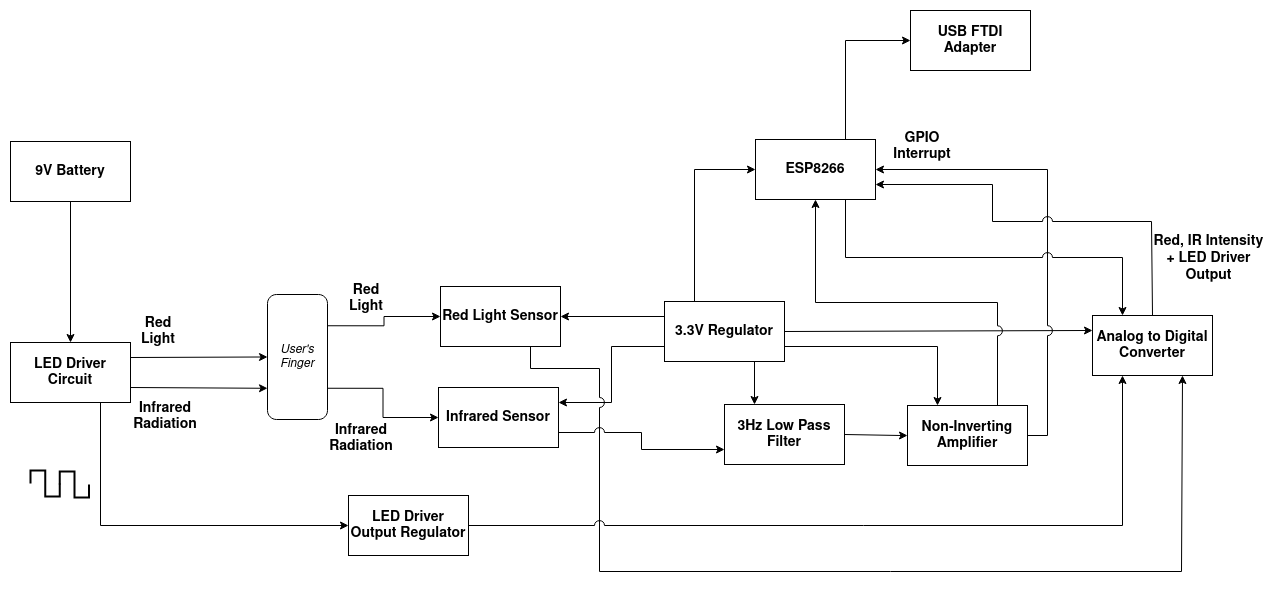
This is Wiki_Resources/BlockDiagram/BlockDiagram.png from EnriqueR0/ECNG3006_IndividualProject, a draw.io export, as it was before one commit. Source tidied: cells renumbered, new cells last; positions are measured from the earlier drawing's top-left corner, leaving out a move shared by most shapes.
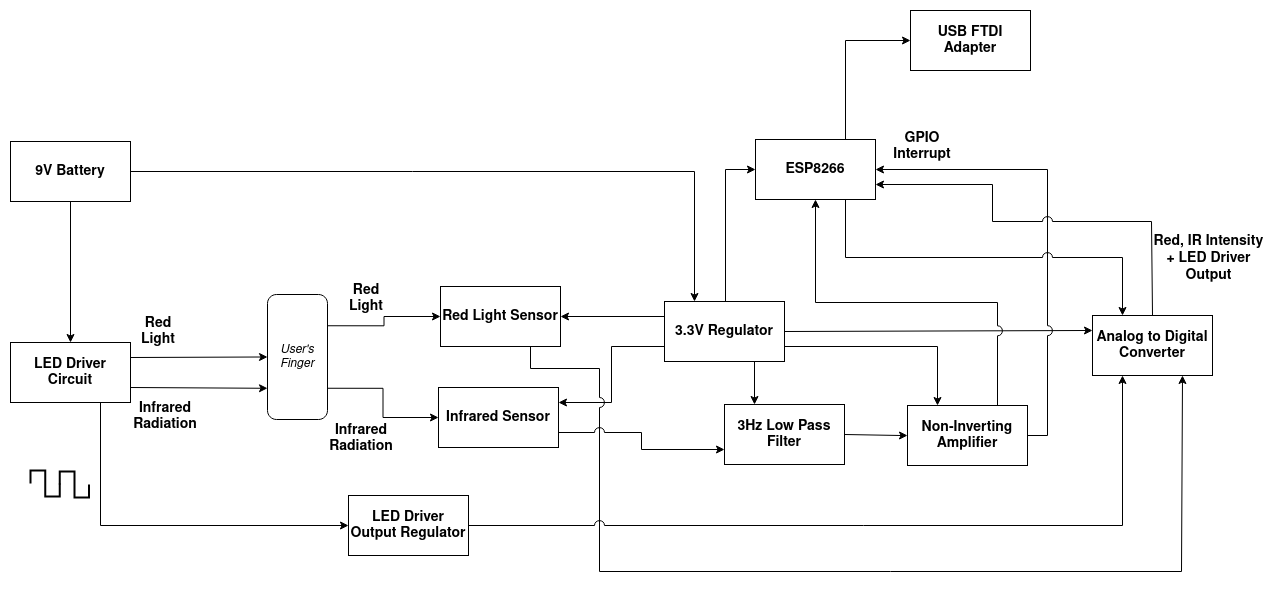
Above is the later version.

Commit message:
Fix Block DIagram

Diff of the diagram source:
```diff
@@ -5,6 +5,9 @@
     <mxCell id="2" style="edgeStyle=orthogonalEdgeStyle;rounded=0;jettySize=auto;html=1;exitX=0.5;exitY=1;exitDx=0;exitDy=0;jumpStyle=arc;jumpSize=10;fontStyle=1;fontSize=14;" parent="1" edge="1" source="3" target="17">
       <mxGeometry relative="1" as="geometry" />
     </mxCell>
+    <mxCell id="43" style="edgeStyle=orthogonalEdgeStyle;rounded=0;jettySize=auto;html=1;exitX=1;exitY=0.5;exitDx=0;exitDy=0;entryX=0.25;entryY=0;entryDx=0;entryDy=0;" parent="1" edge="1" source="3" target="10">
+      <mxGeometry relative="1" as="geometry" />
+    </mxCell>
     <mxCell id="3" value="9V Battery" style="rounded=0;whiteSpace=wrap;html=1;fontStyle=1;fontSize=14;" parent="1" vertex="1">
       <mxGeometry y="131" width="120" height="60" as="geometry" />
     </mxCell>
@@ -24,7 +27,12 @@
       <mxGeometry relative="1" as="geometry" />
     </mxCell>
     <mxCell id="9" style="edgeStyle=orthogonalEdgeStyle;rounded=0;jumpStyle=arc;jumpSize=10;jettySize=auto;html=1;exitX=0.25;exitY=0;exitDx=0;exitDy=0;entryX=0;entryY=0.5;entryDx=0;entryDy=0;endSize=6;" parent="1" edge="1" source="10" target="12">
-      <mxGeometry relative="1" as="geometry" />
+      <mxGeometry relative="1" as="geometry">
+        <Array as="points">
+          <mxPoint x="715" y="291" />
+          <mxPoint x="715" y="159" />
+        </Array>
+      </mxGeometry>
     </mxCell>
     <mxCell id="10" value="3.3V Regulator" style="rounded=0;whiteSpace=wrap;html=1;fontStyle=1;fontSize=14;" parent="1" vertex="1">
       <mxGeometry x="654" y="291" width="120" height="60" as="geometry" />
```
